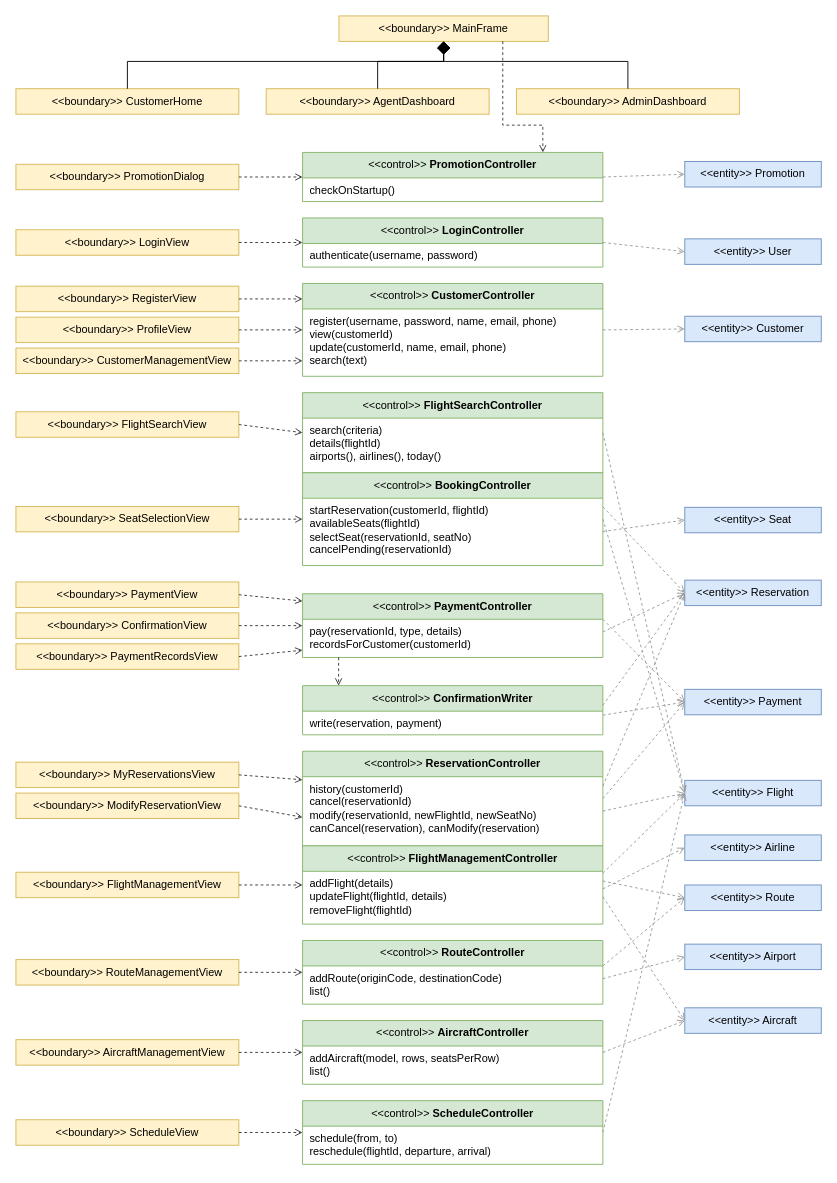
satyambhanot/ChinookAir keeps this draw.io diagram as docs/diagrams/src/11-class-control-boundary.drawio. Above is the earlier version. Source tidied: cells renumbered, new cells numbered last; positions are measured from the earlier drawing's top-left corner, leaving out a move shared by most shapes. Both pictures are drawn from the tidied source at 91%, with x=0, y=0 at pixel (15, 15).
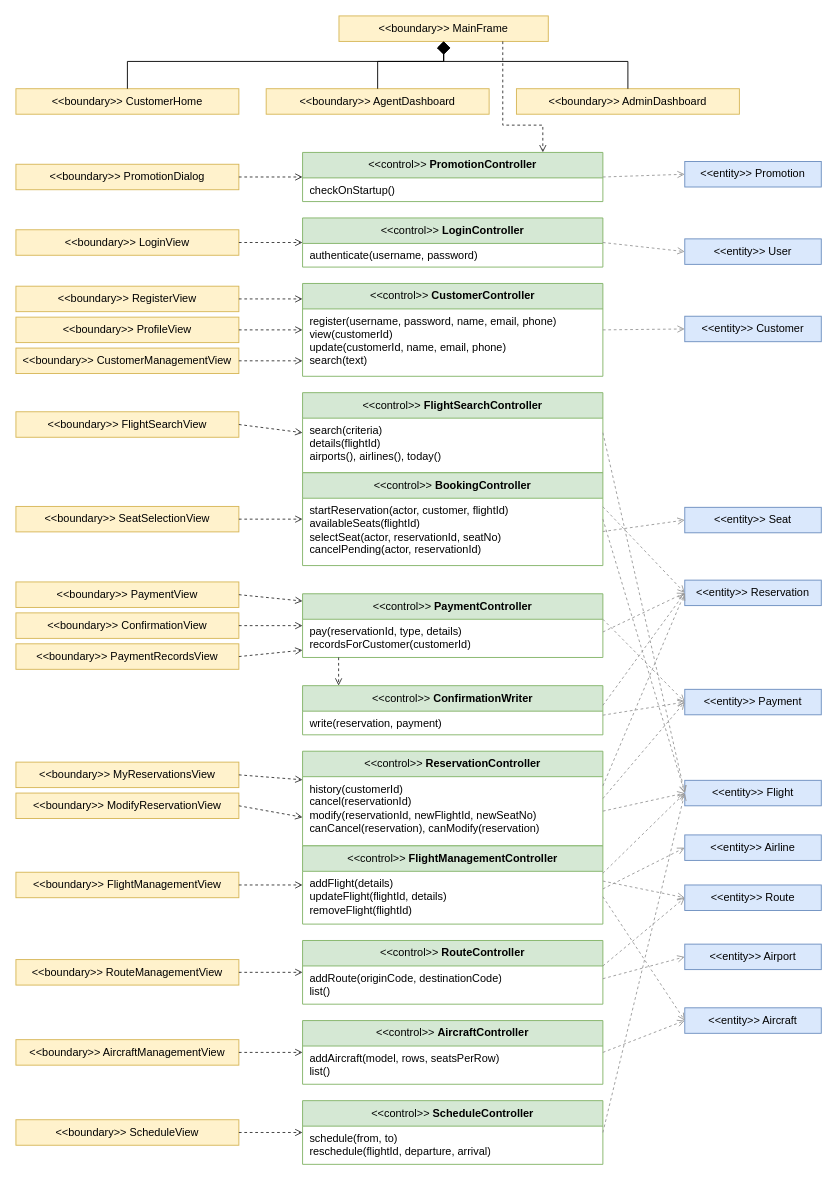
The same diagram, later.

The change refers to these unchanged cells:
```xml
<mxCell id="16" value="&amp;lt;&amp;lt;control&amp;gt;&amp;gt; &lt;b&gt;BookingController&lt;/b&gt;" style="swimlane;fontStyle=0;align=center;verticalAlign=middle;horizontal=1;startSize=28;whiteSpace=wrap;html=1;fontFamily=Helvetica;fontSize=12;fillColor=#d5e8d4;strokeColor=#82b366;" parent="1" vertex="1">
  <mxGeometry x="315" y="502" width="330" height="102" as="geometry" />
</mxCell>
```

What changed in the source:
```diff
@@
-    <mxCell id="17" value="startReservation(customerId, flightId)&lt;br&gt;availableSeats(flightId)&lt;br&gt;selectSeat(reservationId, seatNo)&lt;br&gt;cancelPending(reservationId)" style="text;strokeColor=none;fillColor=none;align=left;verticalAlign=top;spacingLeft=6;spacingRight=4;overflow=hidden;whiteSpace=wrap;html=1;fontFamily=Helvetica;fontSize=12;" parent="16" vertex="1">
+    <mxCell id="17" value="startReservation(actor, customer, flightId)&lt;br&gt;availableSeats(flightId)&lt;br&gt;selectSeat(actor, reservationId, seatNo)&lt;br&gt;cancelPending(actor, reservationId)" style="text;strokeColor=none;fillColor=none;align=left;verticalAlign=top;spacingLeft=6;spacingRight=4;overflow=hidden;whiteSpace=wrap;html=1;fontFamily=Helvetica;fontSize=12;" parent="16" vertex="1">
       <mxGeometry y="28" width="330" height="74" as="geometry" />
     </mxCell>
```
